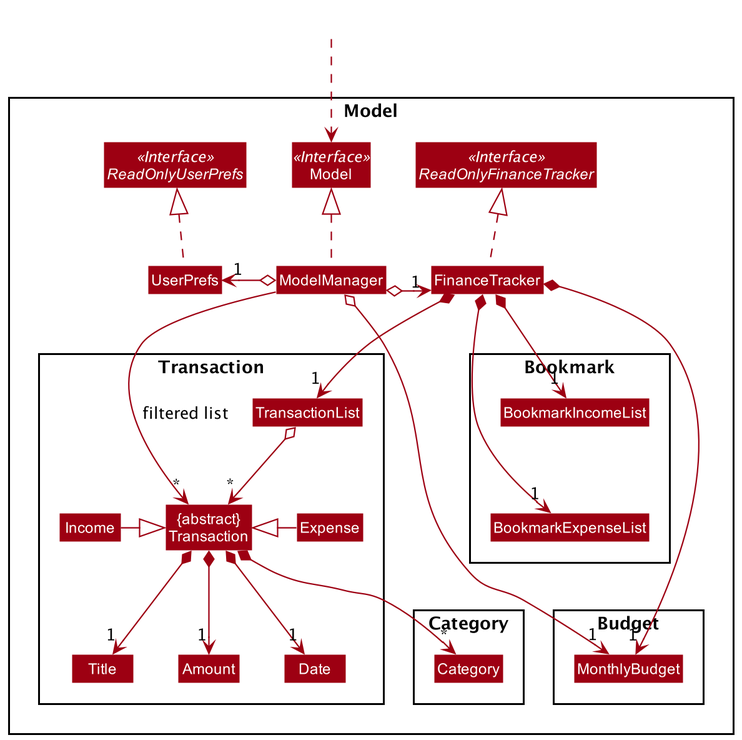
Before: images/ModelClassDiagram.png, a diagram exported from PlantUML (wltan/tp).
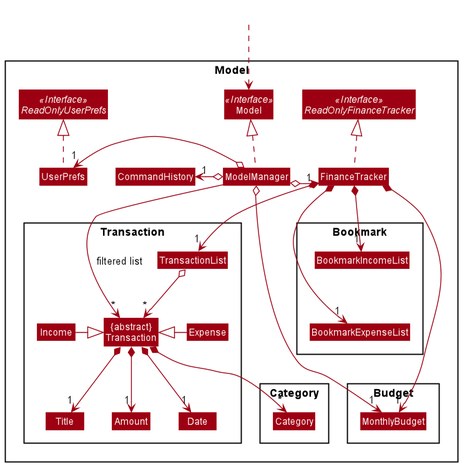
Above is the later version.

Diff of the diagram source:
```diff
@@ -12,6 +12,7 @@
 Class Model
 Class ModelManager
 Class UserPrefs
+class CommandHistory
 
 Package Transaction {
 Class "{abstract}\nTransaction" as Transaction
@@ -44,6 +45,7 @@
 
 ModelManager .up.|> Model
 ModelManager o--> "1" FinanceTracker
+ModelManager o-left-> "1" CommandHistory
 ModelManager o-left-> "1" UserPrefs
 UserPrefs .up.|> ReadOnlyUserPrefs
 
```
